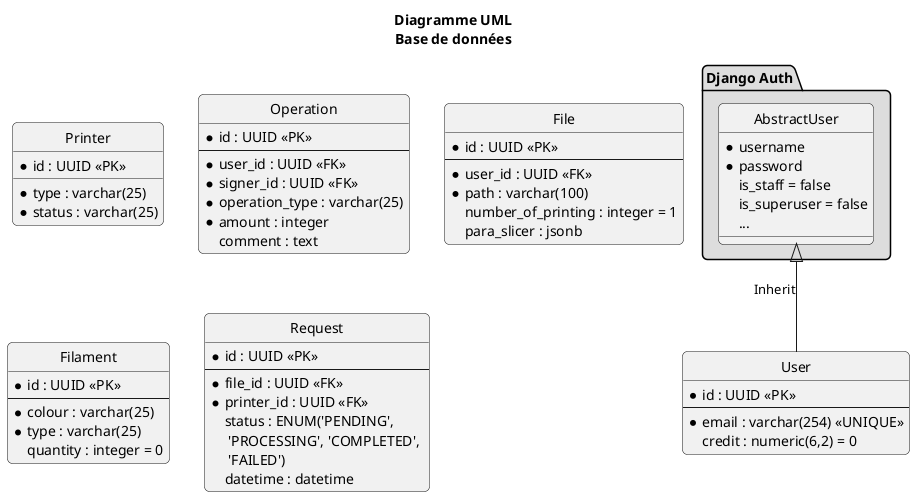
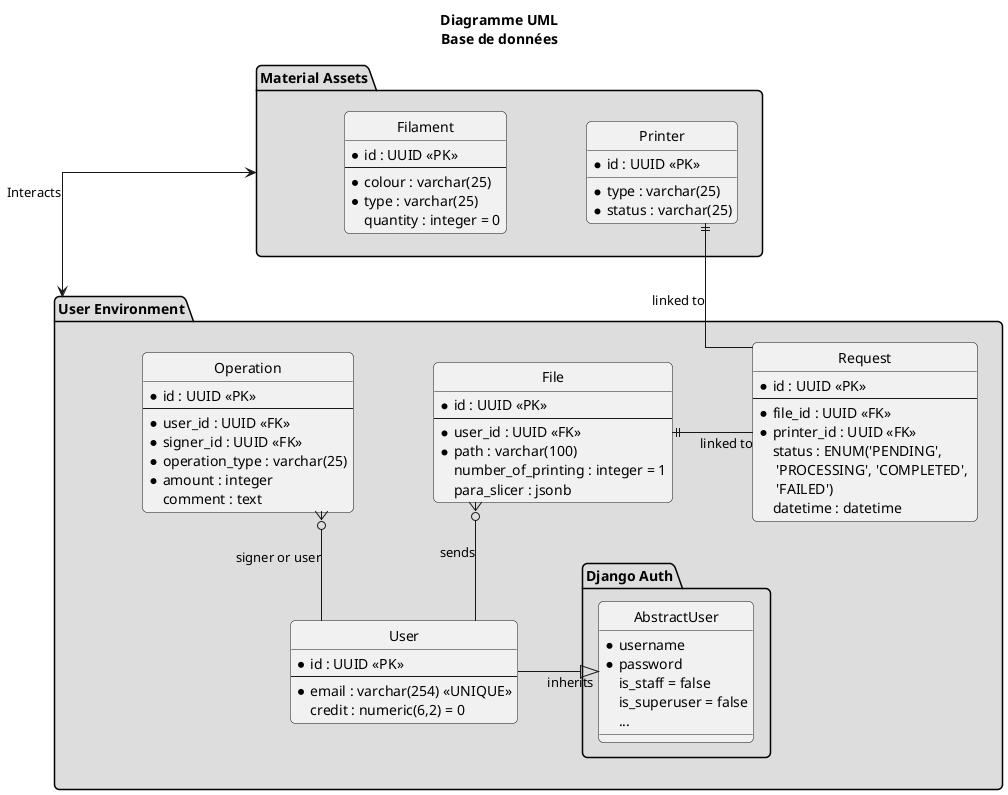
@startuml
title "  Diagramme UML \n Base de données"

' --- STYLE ---
hide circle
skinparam linetype ortho
skinparam shadowing false
skinparam roundcorner 10
+ skinparam nodesep 80
+ skinparam ranksep 80

' --- ENTITÉS ---
- entity "User" as user {
-   *id : UUID <<PK>>
-   --
-   *email : varchar(254) <<UNIQUE>>
-   credit : numeric(6,2) = 0
- }
- package "Django Auth" #DDDDDD {
- class "AbstractUser" as abstract_user {
-         *username
-         *password
-         is_staff = false
-         is_superuser = false
-         ...
+ 
+ package "User Environment" #DDDDDD{
+     package "Django Auth" #DDDDDD {
+         class "AbstractUser" as abstract_user {
+             *username
+             *password
+             is_staff = false
+             is_superuser = false
+             ...
+         }
    }
- }
- entity "Printer" as printer {
-         *id : UUID <<PK>>
-         *type : varchar(25)
-         *status : varchar(25)
- }

- entity "Operation" as operation{
+     entity "User" as user {
+       *id : UUID <<PK>>
+       --
+       *email : varchar(254) <<UNIQUE>>
+       credit : numeric(6,2) = 0
+     }
+ 
+     entity "Operation" as operation{
        *id : UUID <<PK>>
        --
        *user_id : UUID <<FK>>
        *signer_id : UUID <<FK>>
        *operation_type : varchar(25)
        *amount : integer
        comment : text
- }
- entity "File" as file{
+     }
+     entity "File" as file{
        *id : UUID <<PK>>
        --
        *user_id : UUID <<FK>>
        *path : varchar(100)
        number_of_printing : integer = 1
        para_slicer : jsonb
+     }
+ 
+ 
+     entity "Request" as request{
+             *id : UUID <<PK>>
+             --
+             *file_id : UUID <<FK>>
+             *printer_id : UUID <<FK>>
+             status : ENUM('PENDING', \n 'PROCESSING', 'COMPLETED', \n 'FAILED')
+             datetime : datetime
+     }
}
- entity "Filament" as filament{
+ package "Material Assets" #DDDDDD{
+     entity "Printer" as printer {
+             *id : UUID <<PK>>
+             *type : varchar(25)
+             *status : varchar(25)
+     }
+ 
+     entity "Filament" as filament{
        *id : UUID <<PK>>
        --
        *colour : varchar(25)
        *type : varchar(25)
        quantity : integer = 0
+     }
}

- entity "Request" as request{
-         *id : UUID <<PK>>
-         --
-         *file_id : UUID <<FK>>
-         *printer_id : UUID <<FK>>
-         status : ENUM('PENDING', \n 'PROCESSING', 'COMPLETED', \n 'FAILED')
-         datetime : datetime
- }
- 
- ' --- RELATIONS ---
- ' ||-- = One (Obligatoire)
- ' }o-- = Many (Optionnel)
- 
- abstract_user <|-- user : Inherit


+ 
+ abstract_user <|-r-- user : inherits
+ file }o-- user : sends
+ file ||-r- request : linked to
+ "Material Assets" <--> "User Environment" : Interacts
+ printer ||-- request : linked to
+ operation }o-- user : signer or user
@enduml